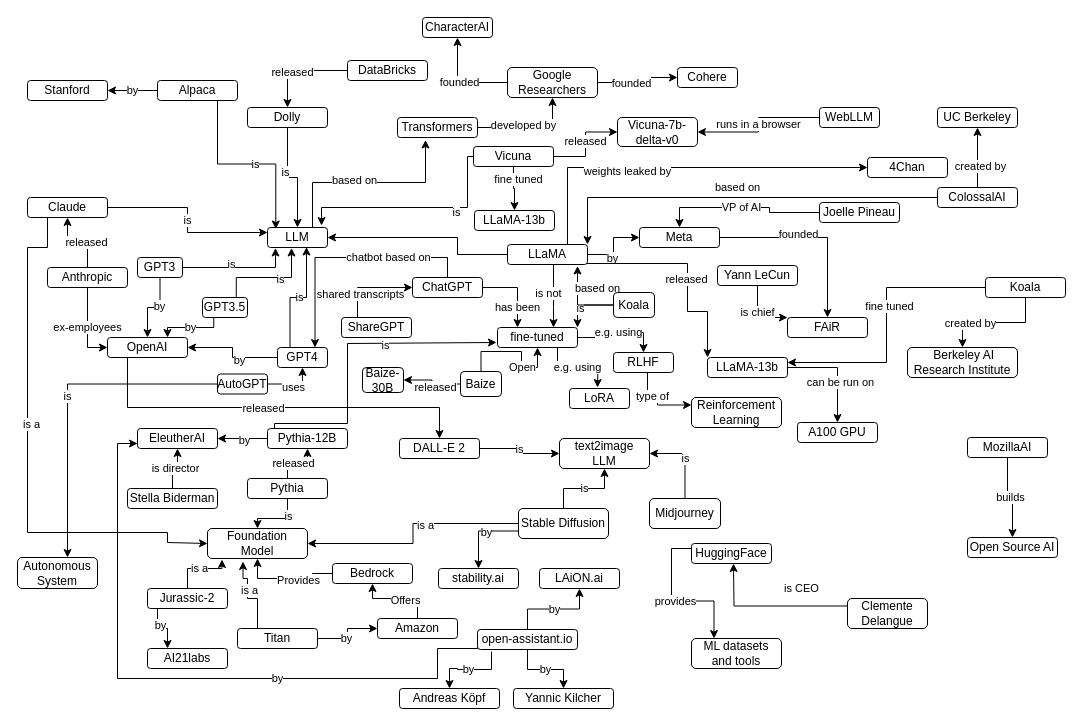
The draw.io diagram generativeAI.drawio in juananpe/generativeAI, before the edit. Source tidied: cells renumbered, new cells numbered last; positions are measured from the earlier drawing's top-left corner, leaving out a move shared by most shapes. Both pictures are drawn from the tidied source at 100%, with x=0, y=0 at pixel (17, 17).
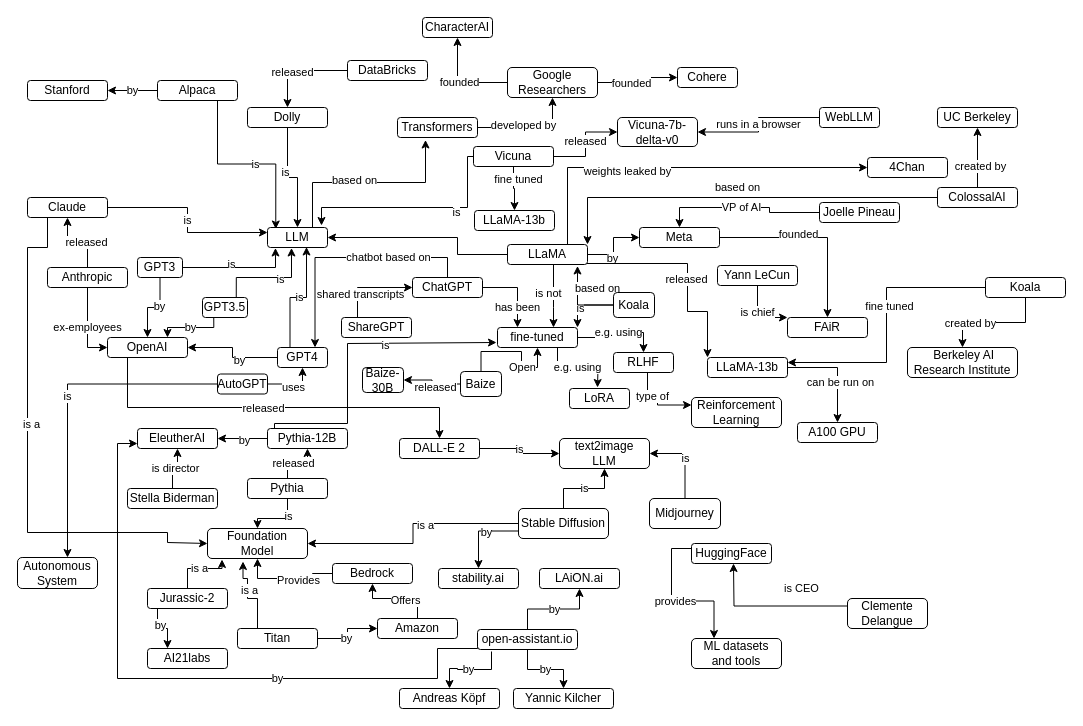
Above is the later version.

Change to the diagram source:
```diff
@@
-    <mxCell id="98" value="builds" style="edgeStyle=orthogonalEdgeStyle;rounded=0;jettySize=auto;html=1;" parent="1" edge="1" source="99" target="101">
-      <mxGeometry relative="1" as="geometry" />
-    </mxCell>
-    <mxCell id="99" value="MozillaAI" style="rounded=1;whiteSpace=wrap;html=1;" parent="1" vertex="1">
-      <mxGeometry x="950" y="420" width="80" height="20" as="geometry" />
-    </mxCell>
@@
-    <mxCell id="101" value="Open Source AI" style="rounded=1;whiteSpace=wrap;html=1;" parent="1" vertex="1">
-      <mxGeometry x="950" y="520" width="90" height="20" as="geometry" />
-    </mxCell>
```
